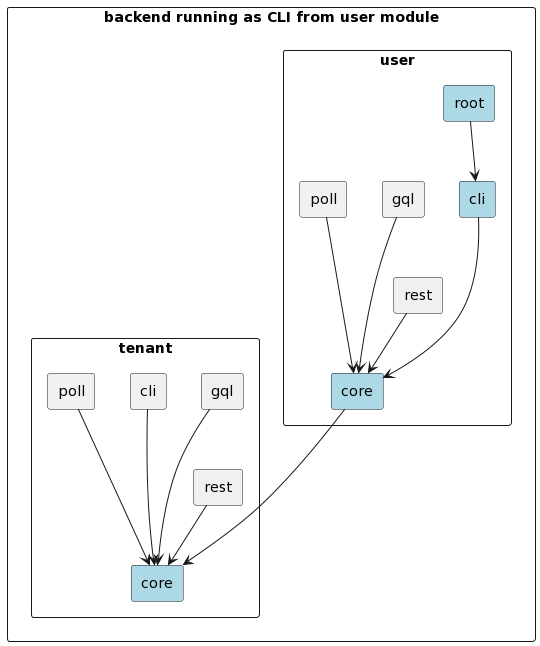
The PlantUML diagram images/posts/backend-running-as-cli-from-user-module.png in maxh/maxheinritz.com, before a commit.
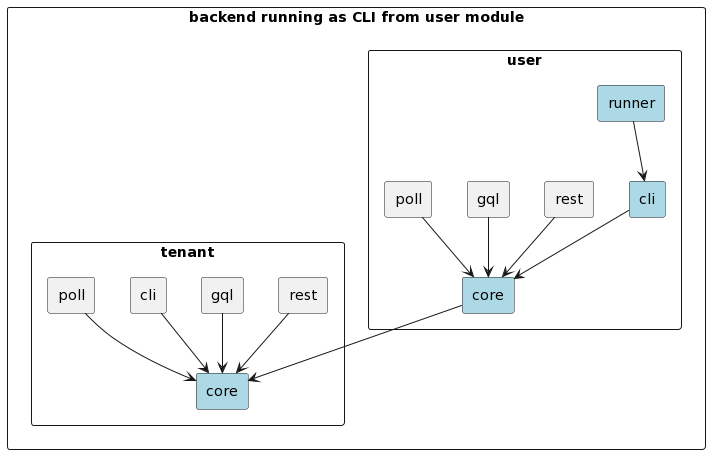
After the commit.

The edit, as a diff of the source:
```diff
@@ -8,7 +8,7 @@
 component "backend running as CLI from user module" {
 
   component user {
-    component root #LightBlue
+    component runner #LightBlue
     component [rest] as rest_user
     component [gql] as gql_user
     component [cli] as cli_user #LightBlue
@@ -28,18 +28,18 @@
 }
 
 
-root --> cli_user
+runner --> cli_user
 
 rest_user --> core_user
-cli_user ---> core_user
-gql_user ---> core_user
-poll_user ---> core_user
+cli_user --> core_user
+gql_user --> core_user
+poll_user --> core_user
 
 
 rest_tenant --> core_tenant
-cli_tenant ---> core_tenant
-gql_tenant ---> core_tenant
-poll_tenant ---> core_tenant
+cli_tenant --> core_tenant
+gql_tenant --> core_tenant
+poll_tenant --> core_tenant
 
-core_user ---> core_tenant
+core_user --> core_tenant
 @enduml
```
